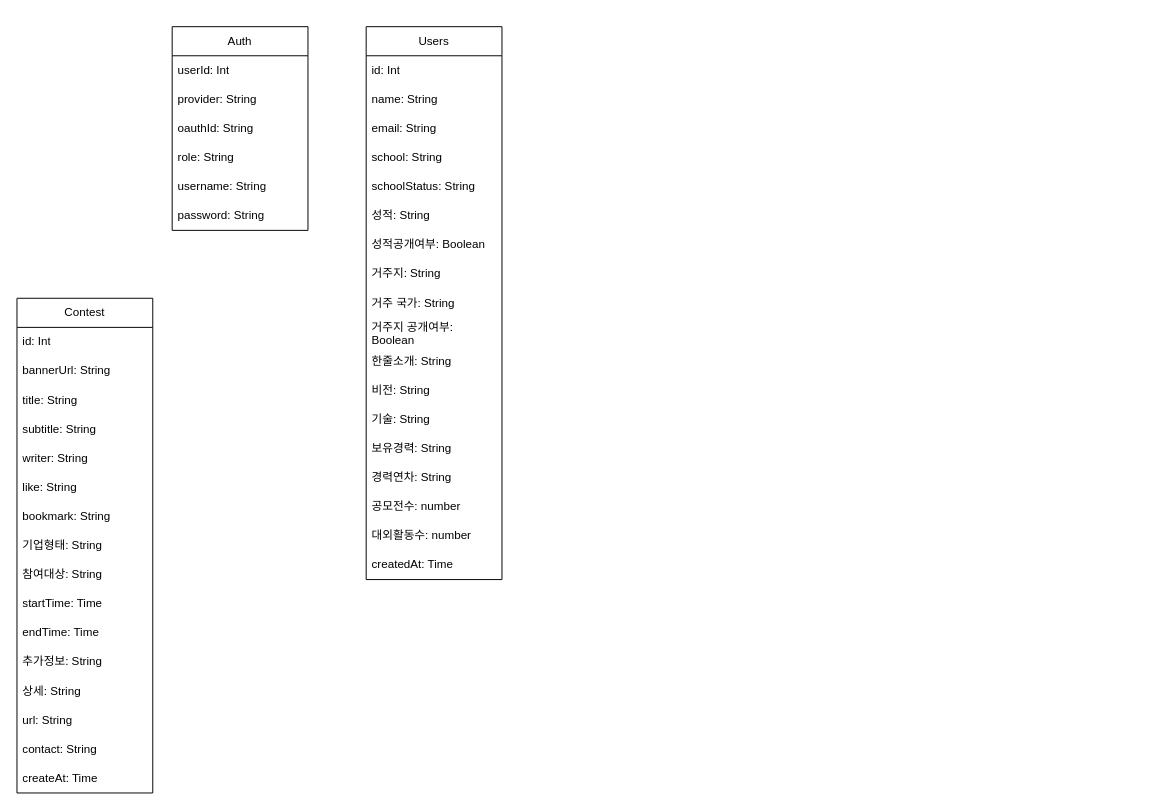
oyc0401/spring keeps this draw.io diagram as 인잡.drawio. Above is the earlier version. Source tidied: cells renumbered, new cells numbered last; positions are measured from the earlier drawing's top-left corner, leaving out a move shared by most shapes. Both pictures are drawn from the tidied source at 97%, with x=0, y=0 at pixel (16, 26).
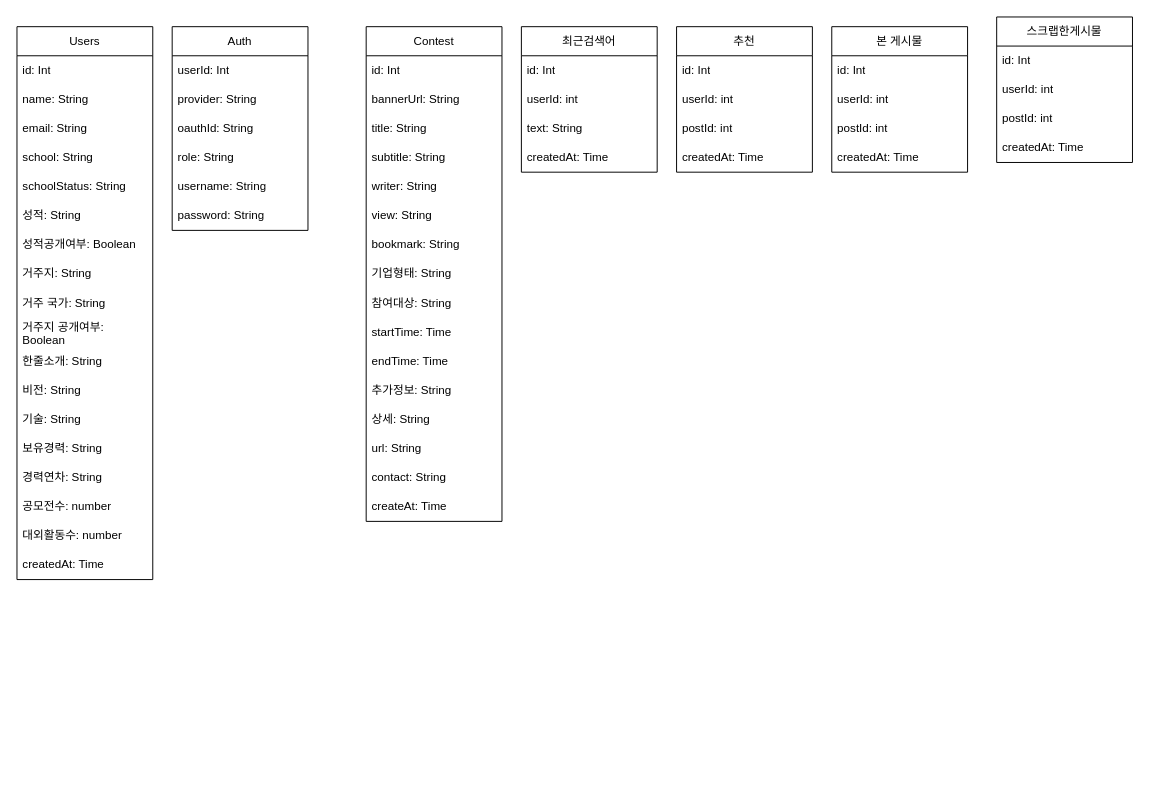
The same diagram, later.

Commit message (it also covers changes not shown here):
인잡.drawio 업데이트

Diff of the diagram source:
```diff
@@
     <mxCell id="2" value="Users" style="swimlane;fontStyle=0;horizontal=1;startSize=30;whiteSpace=wrap;html=1;" parent="1" vertex="1">
-      <mxGeometry x="360" width="140" height="570" as="geometry" />
+      <mxGeometry width="140" height="570" as="geometry" />
     </mxCell>
@@
     <mxCell id="28" value="Contest" style="swimlane;fontStyle=0;horizontal=1;startSize=30;whiteSpace=wrap;html=1;" parent="1" vertex="1">
-      <mxGeometry y="280" width="140" height="510" as="geometry" />
+      <mxGeometry x="360" width="140" height="510" as="geometry" />
     </mxCell>
@@
-    <mxCell id="34" value="like: String" style="text;strokeColor=none;fillColor=none;align=left;verticalAlign=middle;spacingLeft=4;spacingRight=4;overflow=hidden;whiteSpace=wrap;html=1;" parent="28" vertex="1">
+    <mxCell id="34" value="view: String" style="text;strokeColor=none;fillColor=none;align=left;verticalAlign=middle;spacingLeft=4;spacingRight=4;overflow=hidden;whiteSpace=wrap;html=1;" parent="28" vertex="1">
       <mxGeometry y="180" width="140" height="30" as="geometry" />
     </mxCell>
@@
+    <mxCell id="45" value="최근검색어" style="swimlane;fontStyle=0;horizontal=1;startSize=30;whiteSpace=wrap;html=1;" parent="1" vertex="1">
+      <mxGeometry x="520" width="140" height="150" as="geometry" />
+    </mxCell>
+    <mxCell id="46" value="id: Int" style="text;strokeColor=none;fillColor=none;align=left;verticalAlign=middle;spacingLeft=4;spacingRight=4;overflow=hidden;whiteSpace=wrap;html=1;" parent="45" vertex="1">
+      <mxGeometry y="30" width="140" height="30" as="geometry" />
+    </mxCell>
+    <mxCell id="47" value="&lt;span style=&quot;background-color: transparent; color: light-dark(rgb(0, 0, 0), rgb(255, 255, 255));&quot;&gt;userId: int&lt;/span&gt;" style="text;strokeColor=none;fillColor=none;align=left;verticalAlign=middle;spacingLeft=4;spacingRight=4;overflow=hidden;whiteSpace=wrap;html=1;" parent="45" vertex="1">
+      <mxGeometry y="60" width="140" height="30" as="geometry" />
+    </mxCell>
+    <mxCell id="48" value="text: String" style="text;strokeColor=none;fillColor=none;align=left;verticalAlign=middle;spacingLeft=4;spacingRight=4;overflow=hidden;whiteSpace=wrap;html=1;" parent="45" vertex="1">
+      <mxGeometry y="90" width="140" height="30" as="geometry" />
+    </mxCell>
+    <mxCell id="49" value="created&lt;span style=&quot;background-color: transparent; color: light-dark(rgb(0, 0, 0), rgb(255, 255, 255));&quot;&gt;At: Time&lt;/span&gt;" style="text;strokeColor=none;fillColor=none;align=left;verticalAlign=middle;spacingLeft=4;spacingRight=4;overflow=hidden;whiteSpace=wrap;html=1;" parent="45" vertex="1">
+      <mxGeometry y="120" width="140" height="30" as="geometry" />
+    </mxCell>
+    <mxCell id="50" value="추천" style="swimlane;fontStyle=0;horizontal=1;startSize=30;whiteSpace=wrap;html=1;" parent="1" vertex="1">
+      <mxGeometry x="680" width="140" height="150" as="geometry" />
+    </mxCell>
+    <mxCell id="51" value="id: Int" style="text;strokeColor=none;fillColor=none;align=left;verticalAlign=middle;spacingLeft=4;spacingRight=4;overflow=hidden;whiteSpace=wrap;html=1;" parent="50" vertex="1">
+      <mxGeometry y="30" width="140" height="30" as="geometry" />
+    </mxCell>
+    <mxCell id="52" value="&lt;span style=&quot;background-color: transparent; color: light-dark(rgb(0, 0, 0), rgb(255, 255, 255));&quot;&gt;userId: int&lt;/span&gt;" style="text;strokeColor=none;fillColor=none;align=left;verticalAlign=middle;spacingLeft=4;spacingRight=4;overflow=hidden;whiteSpace=wrap;html=1;" parent="50" vertex="1">
+      <mxGeometry y="60" width="140" height="30" as="geometry" />
+    </mxCell>
+    <mxCell id="53" value="postId: int" style="text;strokeColor=none;fillColor=none;align=left;verticalAlign=middle;spacingLeft=4;spacingRight=4;overflow=hidden;whiteSpace=wrap;html=1;" parent="50" vertex="1">
+      <mxGeometry y="90" width="140" height="30" as="geometry" />
+    </mxCell>
+    <mxCell id="54" value="created&lt;span style=&quot;background-color: transparent; color: light-dark(rgb(0, 0, 0), rgb(255, 255, 255));&quot;&gt;At: Time&lt;/span&gt;" style="text;strokeColor=none;fillColor=none;align=left;verticalAlign=middle;spacingLeft=4;spacingRight=4;overflow=hidden;whiteSpace=wrap;html=1;" parent="50" vertex="1">
+      <mxGeometry y="120" width="140" height="30" as="geometry" />
+    </mxCell>
+    <mxCell id="55" value="스크랩한게시물" style="swimlane;fontStyle=0;horizontal=1;startSize=30;whiteSpace=wrap;html=1;" parent="1" vertex="1">
+      <mxGeometry x="1010" y="-10" width="140" height="150" as="geometry" />
+    </mxCell>
+    <mxCell id="56" value="id: Int" style="text;strokeColor=none;fillColor=none;align=left;verticalAlign=middle;spacingLeft=4;spacingRight=4;overflow=hidden;whiteSpace=wrap;html=1;" parent="55" vertex="1">
+      <mxGeometry y="30" width="140" height="30" as="geometry" />
+    </mxCell>
+    <mxCell id="57" value="&lt;span style=&quot;background-color: transparent; color: light-dark(rgb(0, 0, 0), rgb(255, 255, 255));&quot;&gt;userId: int&lt;/span&gt;" style="text;strokeColor=none;fillColor=none;align=left;verticalAlign=middle;spacingLeft=4;spacingRight=4;overflow=hidden;whiteSpace=wrap;html=1;" parent="55" vertex="1">
+      <mxGeometry y="60" width="140" height="30" as="geometry" />
+    </mxCell>
+    <mxCell id="58" value="&lt;span style=&quot;background-color: transparent; color: light-dark(rgb(0, 0, 0), rgb(255, 255, 255));&quot;&gt;postId: int&lt;/span&gt;" style="text;strokeColor=none;fillColor=none;align=left;verticalAlign=middle;spacingLeft=4;spacingRight=4;overflow=hidden;whiteSpace=wrap;html=1;" parent="55" vertex="1">
+      <mxGeometry y="90" width="140" height="30" as="geometry" />
+    </mxCell>
+    <mxCell id="59" value="created&lt;span style=&quot;background-color: transparent; color: light-dark(rgb(0, 0, 0), rgb(255, 255, 255));&quot;&gt;At: Time&lt;/span&gt;" style="text;strokeColor=none;fillColor=none;align=left;verticalAlign=middle;spacingLeft=4;spacingRight=4;overflow=hidden;whiteSpace=wrap;html=1;" parent="55" vertex="1">
+      <mxGeometry y="120" width="140" height="30" as="geometry" />
+    </mxCell>
+    <mxCell id="60" value="본 게시물" style="swimlane;fontStyle=0;horizontal=1;startSize=30;whiteSpace=wrap;html=1;" parent="1" vertex="1">
+      <mxGeometry x="840" width="140" height="150" as="geometry" />
+    </mxCell>
+    <mxCell id="61" value="id: Int" style="text;strokeColor=none;fillColor=none;align=left;verticalAlign=middle;spacingLeft=4;spacingRight=4;overflow=hidden;whiteSpace=wrap;html=1;" parent="60" vertex="1">
+      <mxGeometry y="30" width="140" height="30" as="geometry" />
+    </mxCell>
+    <mxCell id="62" value="&lt;span style=&quot;background-color: transparent; color: light-dark(rgb(0, 0, 0), rgb(255, 255, 255));&quot;&gt;userId: int&lt;/span&gt;" style="text;strokeColor=none;fillColor=none;align=left;verticalAlign=middle;spacingLeft=4;spacingRight=4;overflow=hidden;whiteSpace=wrap;html=1;" parent="60" vertex="1">
+      <mxGeometry y="60" width="140" height="30" as="geometry" />
+    </mxCell>
+    <mxCell id="63" value="postId: int" style="text;strokeColor=none;fillColor=none;align=left;verticalAlign=middle;spacingLeft=4;spacingRight=4;overflow=hidden;whiteSpace=wrap;html=1;" parent="60" vertex="1">
+      <mxGeometry y="90" width="140" height="30" as="geometry" />
+    </mxCell>
+    <mxCell id="64" value="created&lt;span style=&quot;background-color: transparent; color: light-dark(rgb(0, 0, 0), rgb(255, 255, 255));&quot;&gt;At: Time&lt;/span&gt;" style="text;strokeColor=none;fillColor=none;align=left;verticalAlign=middle;spacingLeft=4;spacingRight=4;overflow=hidden;whiteSpace=wrap;html=1;" parent="60" vertex="1">
+      <mxGeometry y="120" width="140" height="30" as="geometry" />
+    </mxCell>
```
